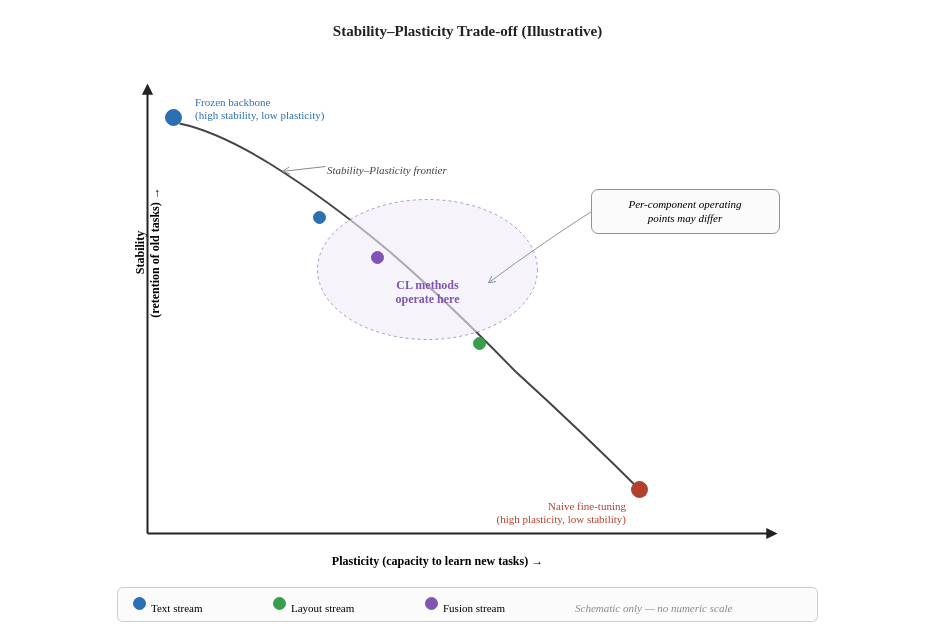
Earlier version of the draw.io diagram thesis/figures_src/drawio/stability_plasticity.drawio (hoangthanh283/CLUE). Source tidied: cells renumbered, new cells numbered last; positions are measured from the earlier drawing's top-left corner, leaving out a move shared by most shapes. Both pictures are drawn from the tidied source at 100%, with x=0, y=0 at pixel (17, 17).
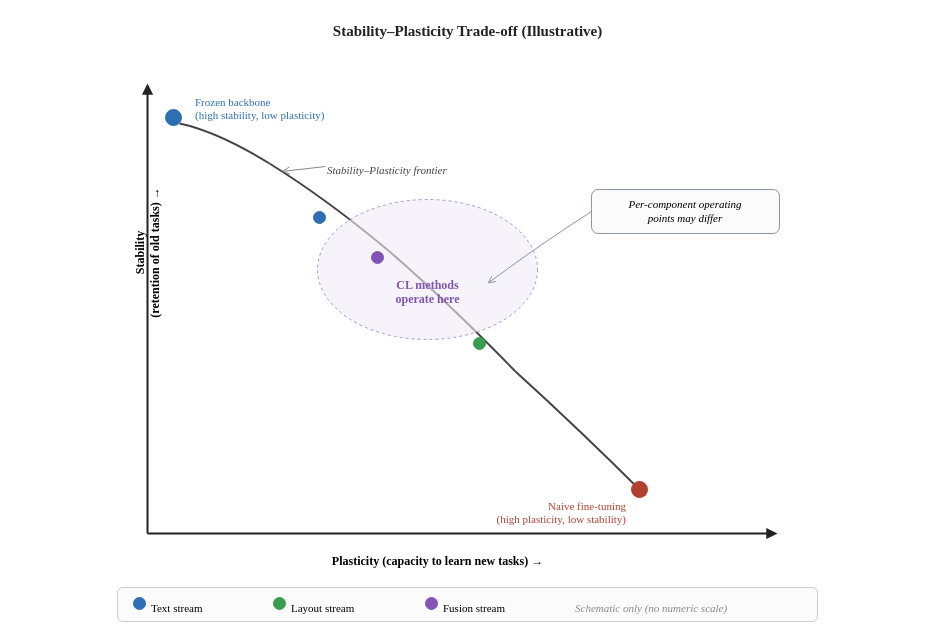
The same diagram, later.

What changed in the source:
```diff
@@
-    <mxCell id="31" value="Schematic only — no numeric scale" style="text;html=1;align=left;fontFamily=Times New Roman;fontSize=11;fontStyle=2;fontColor=#888888;" parent="1" vertex="1">
+    <mxCell id="31" value="Schematic only (no numeric scale)" style="text;html=1;align=left;fontFamily=Times New Roman;fontSize=11;fontStyle=2;fontColor=#888888;" parent="1" vertex="1">
       <mxGeometry x="556" y="578" width="232" height="16" as="geometry" />
     </mxCell>
```
